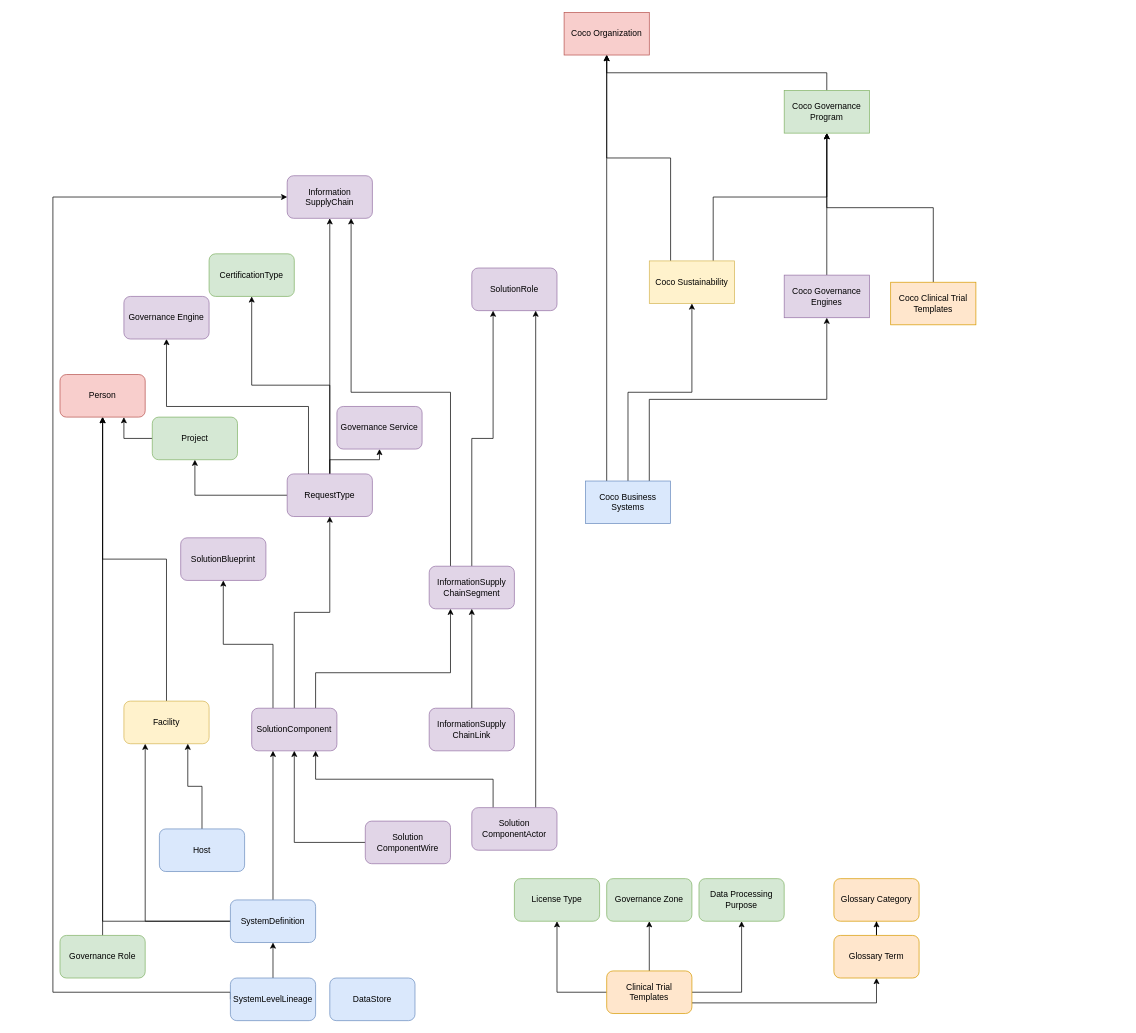
Before: page "load-dependencies" (9 of 9) of open-metadata-resources/open-metadata-samples/sample-metadata/coco-metadata-archives/docs/coco-metadata-archives.drawio in odpi/egeria, a draw.io diagram. Source tidied: cells renumbered, new cells numbered last; positions are measured from the earlier drawing's top-left corner, leaving out a move shared by most shapes. Both pictures are drawn from the tidied source at 71%, with x=0, y=0 at pixel (53, 12).
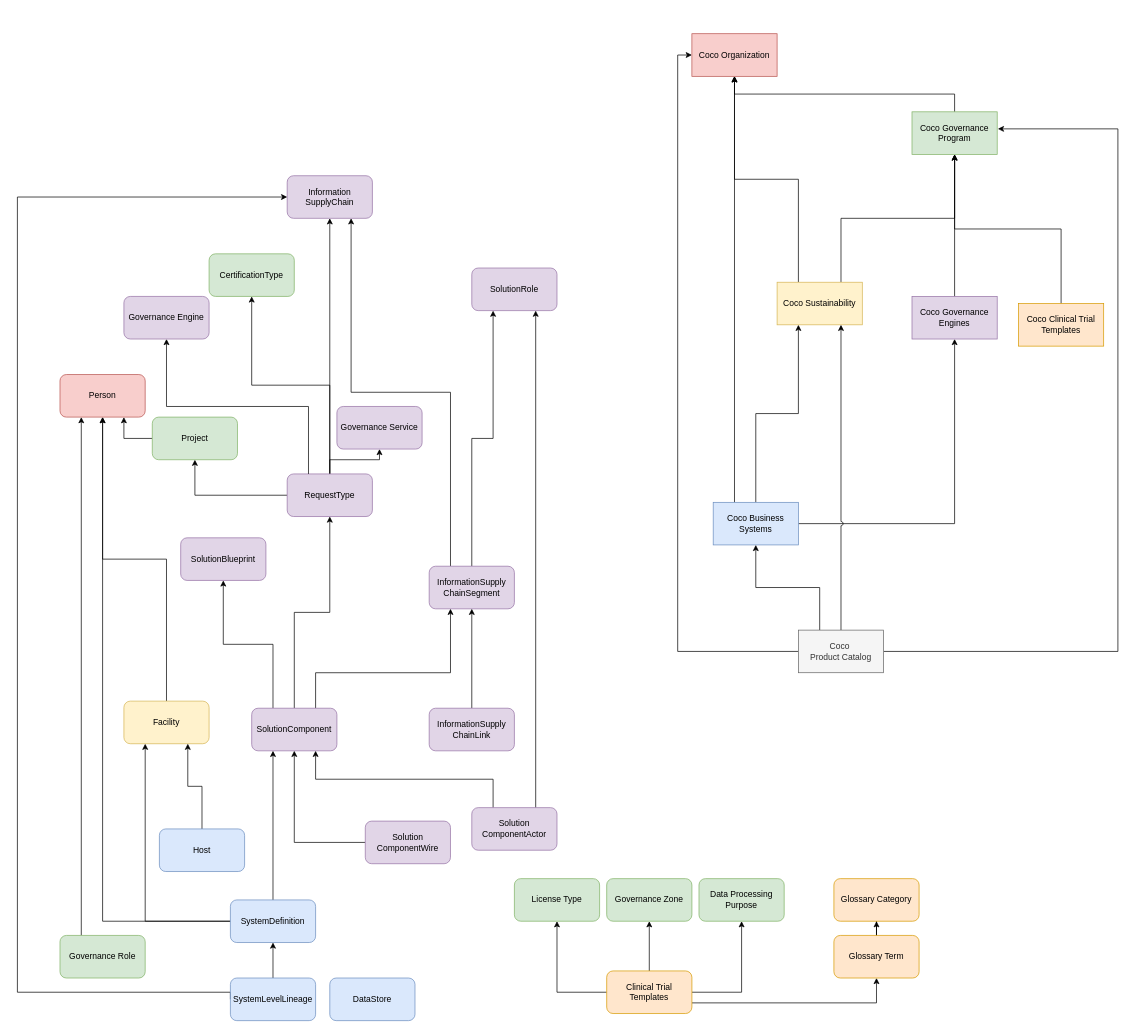
After the change.

The change refers to these unchanged cells:
```xml
<mxCell id="21" value="Information SupplyChain" style="whiteSpace=wrap;html=1;rounded=1;fillColor=#e1d5e7;strokeColor=#9673a6;" parent="1" vertex="1">
  <mxGeometry x="330" y="230" width="120" height="60" as="geometry" />
</mxCell>
<mxCell id="45" value="Person" style="rounded=1;whiteSpace=wrap;html=1;fillColor=#f8cecc;strokeColor=#b85450;" parent="1" vertex="1">
  <mxGeometry x="10" y="510" width="120" height="60" as="geometry" />
</mxCell>
<mxCell id="50" value="SystemLevelLineage" style="rounded=1;whiteSpace=wrap;html=1;fillColor=#dae8fc;strokeColor=#6c8ebf;" parent="1" vertex="1">
  <mxGeometry x="250" y="1360" width="120" height="60" as="geometry" />
</mxCell>
<mxCell id="69" value="Governance Role" style="rounded=1;whiteSpace=wrap;html=1;fillColor=#d5e8d4;strokeColor=#82b366;" parent="1" vertex="1">
  <mxGeometry x="10" y="1300" width="120" height="60" as="geometry" />
</mxCell>
```

The edit, as a diff of the source:
```diff
@@
-    <mxCell id="2" style="edgeStyle=orthogonalEdgeStyle;rounded=0;jettySize=auto;html=1;exitX=0.75;exitY=0;exitDx=0;exitDy=0;" parent="1" edge="1" source="5" target="7">
+    <mxCell id="2" style="edgeStyle=orthogonalEdgeStyle;rounded=0;jettySize=auto;html=1;jumpStyle=arc;" parent="1" edge="1" source="5" target="7">
       <mxGeometry relative="1" as="geometry" />
     </mxCell>
@@
-    <mxCell id="4" style="edgeStyle=orthogonalEdgeStyle;rounded=0;jettySize=auto;html=1;exitX=0.5;exitY=0;exitDx=0;exitDy=0;" parent="1" edge="1" source="5" target="11">
+    <mxCell id="4" style="edgeStyle=orthogonalEdgeStyle;rounded=0;jettySize=auto;html=1;exitX=0.5;exitY=0;exitDx=0;exitDy=0;entryX=0.25;entryY=1;entryDx=0;entryDy=0;" parent="1" edge="1" source="5" target="11">
       <mxGeometry relative="1" as="geometry" />
     </mxCell>
     <mxCell id="5" value="Coco Business Systems" style="rounded=0;whiteSpace=wrap;html=1;fillColor=#dae8fc;strokeColor=#6c8ebf;" parent="1" vertex="1">
-      <mxGeometry x="750" y="660" width="120" height="60" as="geometry" />
+      <mxGeometry x="930" y="690" width="120" height="60" as="geometry" />
     </mxCell>
@@
     <mxCell id="7" value="Coco Governance Engines" style="rounded=0;whiteSpace=wrap;html=1;fillColor=#e1d5e7;strokeColor=#9673a6;" parent="1" vertex="1">
-      <mxGeometry x="1030" y="370" width="120" height="60" as="geometry" />
+      <mxGeometry x="1210" y="400" width="120" height="60" as="geometry" />
     </mxCell>
     <mxCell id="8" value="Coco Organization" style="rounded=0;whiteSpace=wrap;html=1;fillColor=#f8cecc;strokeColor=#b85450;" parent="1" vertex="1">
-      <mxGeometry x="720" width="120" height="60" as="geometry" />
+      <mxGeometry x="900" y="30" width="120" height="60" as="geometry" />
     </mxCell>
@@
     <mxCell id="11" value="Coco Sustainability" style="rounded=0;whiteSpace=wrap;html=1;fillColor=#fff2cc;strokeColor=#d6b656;" parent="1" vertex="1">
-      <mxGeometry x="840" y="350" width="120" height="60" as="geometry" />
+      <mxGeometry x="1020" y="380" width="120" height="60" as="geometry" />
     </mxCell>
@@
     <mxCell id="13" value="Coco Clinical Trial Templates" style="whiteSpace=wrap;html=1;fillColor=#ffe6cc;strokeColor=#d79b00;" parent="1" vertex="1">
-      <mxGeometry x="1180" y="380" width="120" height="60" as="geometry" />
+      <mxGeometry x="1360" y="410" width="120" height="60" as="geometry" />
     </mxCell>
@@
     <mxCell id="15" value="Coco Governance Program" style="whiteSpace=wrap;html=1;fillColor=#d5e8d4;strokeColor=#82b366;" parent="1" vertex="1">
-      <mxGeometry x="1030" y="110" width="120" height="60" as="geometry" />
+      <mxGeometry x="1210" y="140" width="120" height="60" as="geometry" />
     </mxCell>
@@
     <mxCell id="49" style="edgeStyle=orthogonalEdgeStyle;rounded=0;jettySize=auto;html=1;exitX=0;exitY=0.5;exitDx=0;exitDy=0;entryX=0;entryY=0.5;entryDx=0;entryDy=0;" parent="1" edge="1" source="50" target="21">
       <mxGeometry relative="1" as="geometry">
         <Array as="points">
-          <mxPoint y="1380" />
-          <mxPoint y="260" />
+          <mxPoint x="250" y="1380" />
+          <mxPoint x="-50" y="1380" />
+          <mxPoint x="-50" y="260" />
         </Array>
       </mxGeometry>
     </mxCell>
@@
-    <mxCell id="68" style="edgeStyle=orthogonalEdgeStyle;rounded=0;jettySize=auto;html=1;" parent="1" edge="1" source="69" target="45">
+    <mxCell id="68" style="edgeStyle=orthogonalEdgeStyle;rounded=0;jettySize=auto;html=1;entryX=0.25;entryY=1;entryDx=0;entryDy=0;exitX=0.25;exitY=0;exitDx=0;exitDy=0;" parent="1" edge="1" source="69" target="45">
       <mxGeometry relative="1" as="geometry" />
     </mxCell>
@@
+    <mxCell id="70" style="edgeStyle=orthogonalEdgeStyle;rounded=0;jettySize=auto;html=1;exitX=0.25;exitY=0;exitDx=0;exitDy=0;" parent="1" edge="1" source="74" target="5">
+      <mxGeometry relative="1" as="geometry" />
+    </mxCell>
+    <mxCell id="71" style="edgeStyle=orthogonalEdgeStyle;rounded=0;jettySize=auto;html=1;entryX=0.75;entryY=1;entryDx=0;entryDy=0;jumpStyle=arc;" parent="1" edge="1" source="74" target="11">
+      <mxGeometry relative="1" as="geometry" />
+    </mxCell>
+    <mxCell id="72" style="edgeStyle=orthogonalEdgeStyle;rounded=0;jettySize=auto;html=1;entryX=0;entryY=0.5;entryDx=0;entryDy=0;" parent="1" edge="1" source="74" target="8">
+      <mxGeometry relative="1" as="geometry" />
+    </mxCell>
+    <mxCell id="73" style="edgeStyle=orthogonalEdgeStyle;rounded=0;jettySize=auto;html=1;exitX=1;exitY=0.5;exitDx=0;exitDy=0;entryX=1.008;entryY=0.4;entryDx=0;entryDy=0;entryPerimeter=0;" parent="1" edge="1" source="74" target="15">
+      <mxGeometry relative="1" as="geometry">
+        <Array as="points">
+          <mxPoint x="1500" y="900" />
+          <mxPoint x="1500" y="164" />
+        </Array>
+      </mxGeometry>
+    </mxCell>
+    <mxCell id="74" value="Coco&amp;nbsp;&lt;div&gt;Product Catalog&lt;/div&gt;" style="rounded=0;whiteSpace=wrap;html=1;fillColor=#f5f5f5;fontColor=#333333;strokeColor=#666666;" parent="1" vertex="1">
+      <mxGeometry x="1050" y="870" width="120" height="60" as="geometry" />
+    </mxCell>
```
